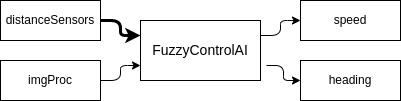
Earlier version of the draw.io export doc/FuzzyDiagram.png (kuhiu/smartnav-platform). Source tidied: cells renumbered, new cells last; positions are measured from the earlier drawing's top-left corner, leaving out a move shared by most shapes.
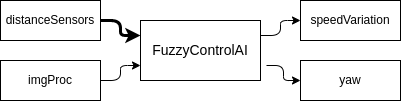
The same diagram one commit later.

Diff of the diagram source:
```diff
@@ -25,10 +25,10 @@
     <mxCell id="8" value="&lt;span style=&quot;font-size: 14px&quot;&gt;FuzzyControlAI&lt;/span&gt;" style="rounded=0;whiteSpace=wrap;html=1;fontColor=default;strokeColor=default;fillColor=default;gradientColor=none;" parent="1" vertex="1">
       <mxGeometry x="140" y="20" width="120" height="60" as="geometry" />
     </mxCell>
-    <mxCell id="9" value="speed" style="rounded=0;whiteSpace=wrap;html=1;fontColor=default;strokeColor=default;fillColor=default;gradientColor=none;" parent="1" vertex="1">
+    <mxCell id="9" value="speedVariation" style="rounded=0;whiteSpace=wrap;html=1;fontColor=default;strokeColor=default;fillColor=default;gradientColor=none;" parent="1" vertex="1">
       <mxGeometry x="300" width="100" height="40" as="geometry" />
     </mxCell>
-    <mxCell id="10" value="heading" style="rounded=0;whiteSpace=wrap;html=1;fontColor=default;strokeColor=default;fillColor=default;gradientColor=none;" parent="1" vertex="1">
+    <mxCell id="10" value="yaw" style="rounded=0;whiteSpace=wrap;html=1;fontColor=default;strokeColor=default;fillColor=default;gradientColor=none;" parent="1" vertex="1">
       <mxGeometry x="300" y="60" width="100" height="40" as="geometry" />
     </mxCell>
   </root>
```
